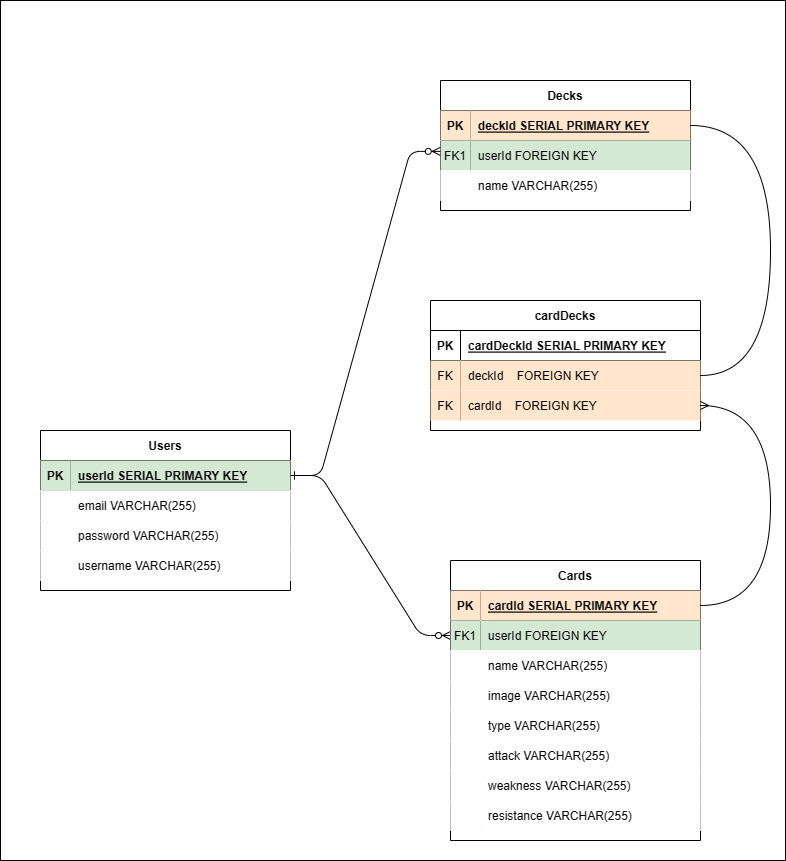
This is erd.drawio.png from JonDmc/PokeTCG, a draw.io export, as it was before one commit. Source tidied: cells renumbered, new cells last; positions are measured from the earlier drawing's top-left corner, leaving out a move shared by most shapes.
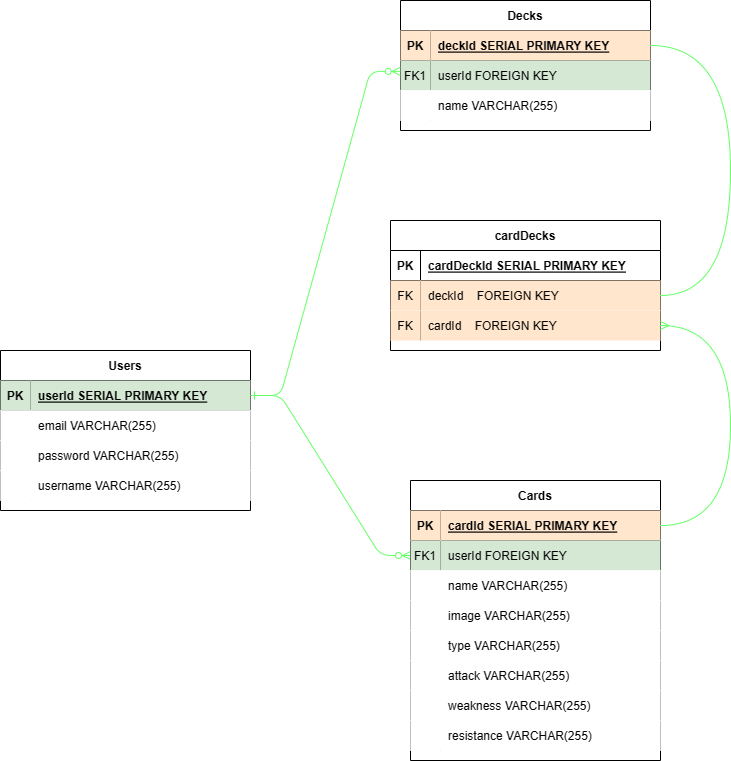
After the change.

Change to the diagram source:
```diff
@@ -2,10 +2,7 @@
   <root>
     <mxCell id="0" />
     <mxCell id="1" parent="0" />
-    <mxCell id="2" style="rounded=0;whiteSpace=wrap;html=1;" parent="1" vertex="1">
-      <mxGeometry width="785" height="860" as="geometry" />
-    </mxCell>
-    <mxCell id="3" style="edgeStyle=entityRelationEdgeStyle;endArrow=ERzeroToMany;startArrow=ERone;endFill=1;startFill=0;strokeColor=#000000;" parent="1" edge="1" source="40" target="8">
+    <mxCell id="3" style="edgeStyle=entityRelationEdgeStyle;endArrow=ERzeroToMany;startArrow=ERone;endFill=1;startFill=0;strokeColor=#66FF66;" parent="1" edge="1" source="40" target="8">
       <mxGeometry relative="1" as="geometry" />
     </mxCell>
     <mxCell id="4" value="Cards" style="shape=table;startSize=30;rowLines=0;fontStyle=1;align=center;" parent="1" vertex="1">
@@ -152,7 +149,7 @@
     <mxCell id="51" value="username VARCHAR(255)" style="shape=partialRectangle;top=0;left=0;bottom=0;right=0;align=left;spacingLeft=6;overflow=hidden;" parent="49" vertex="1">
       <mxGeometry x="30" width="220" height="30" as="geometry" />
     </mxCell>
-    <mxCell id="52" style="edgeStyle=entityRelationEdgeStyle;endArrow=ERzeroToMany;startArrow=ERone;endFill=1;startFill=0;entryX=-0.001;entryY=0.363;entryDx=0;entryDy=0;entryPerimeter=0;strokeColor=#000000;" parent="1" edge="1" source="40" target="33">
+    <mxCell id="52" style="edgeStyle=entityRelationEdgeStyle;endArrow=ERzeroToMany;startArrow=ERone;endFill=1;startFill=0;entryX=-0.001;entryY=0.363;entryDx=0;entryDy=0;entryPerimeter=0;strokeColor=#66FF66;" parent="1" edge="1" source="40" target="33">
       <mxGeometry relative="1" as="geometry" />
     </mxCell>
     <mxCell id="53" value="cardDecks" style="shape=table;startSize=30;rowLines=0;fontStyle=1;align=center;" parent="1" vertex="1">
@@ -185,7 +182,7 @@
     <mxCell id="62" value="cardId    FOREIGN KEY" style="shape=partialRectangle;fillColor=#ffe6cc;top=0;left=0;bottom=0;right=0;align=left;spacingLeft=6;fontStyle=0;overflow=hidden;strokeColor=#d79b00;" parent="60" vertex="1">
       <mxGeometry x="30" width="240" height="30" as="geometry" />
     </mxCell>
-    <mxCell id="63" style="edgeStyle=orthogonalEdgeStyle;fontSize=12;html=1;endArrow=none;endFill=0;rounded=0;entryX=1;entryY=0.5;entryDx=0;entryDy=0;exitX=1;exitY=0.5;exitDx=0;exitDy=0;curved=1;strokeColor=#000000;" parent="1" edge="1" source="30" target="57">
+    <mxCell id="63" style="edgeStyle=orthogonalEdgeStyle;fontSize=12;html=1;endArrow=none;endFill=0;rounded=0;entryX=1;entryY=0.5;entryDx=0;entryDy=0;exitX=1;exitY=0.5;exitDx=0;exitDy=0;curved=1;strokeColor=#66FF66;" parent="1" edge="1" source="30" target="57">
       <mxGeometry relative="1" as="geometry">
         <Array as="points">
           <mxPoint x="770" y="125" />
@@ -193,7 +190,7 @@
         </Array>
       </mxGeometry>
     </mxCell>
-    <mxCell id="64" style="edgeStyle=orthogonalEdgeStyle;fontSize=12;html=1;endArrow=ERmany;rounded=0;curved=1;exitX=1;exitY=0.5;exitDx=0;exitDy=0;entryX=1;entryY=0.5;entryDx=0;entryDy=0;strokeColor=#000000;" parent="1" edge="1" source="5" target="60">
+    <mxCell id="64" style="edgeStyle=orthogonalEdgeStyle;fontSize=12;html=1;endArrow=ERmany;rounded=0;curved=1;exitX=1;exitY=0.5;exitDx=0;exitDy=0;entryX=1;entryY=0.5;entryDx=0;entryDy=0;strokeColor=#66FF66;" parent="1" edge="1" source="5" target="60">
       <mxGeometry relative="1" as="geometry">
         <Array as="points">
           <mxPoint x="770" y="605" />
```
